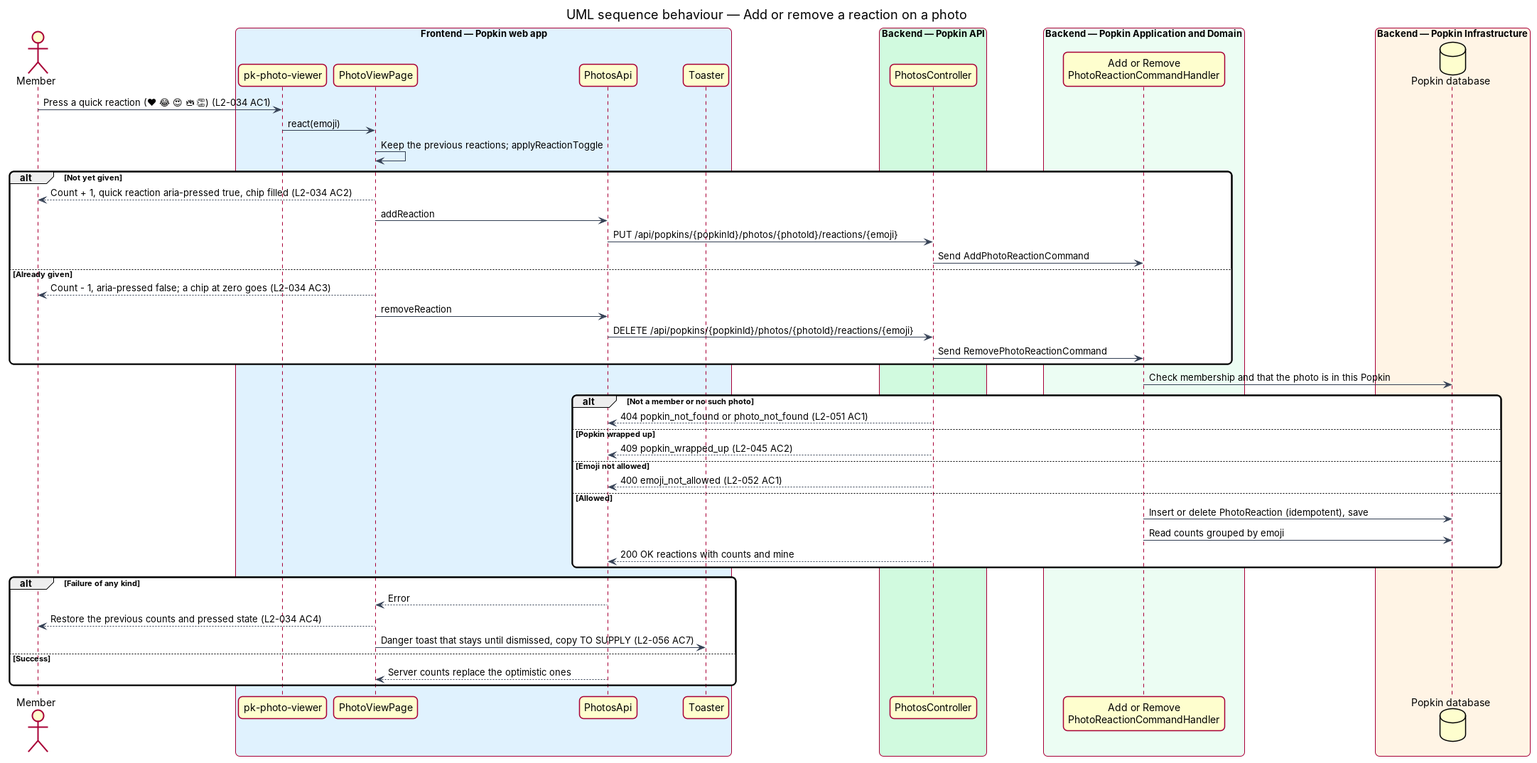
The PlantUML diagram docs/detailed-designs/photos/react-to-photo/diagrams/sequence-toggle-reaction.png in QuinntyneBrown/popkin, before a commit. Its source is kept beside it as docs/detailed-designs/photos/react-to-photo/diagrams/sequence-toggle-reaction.puml.
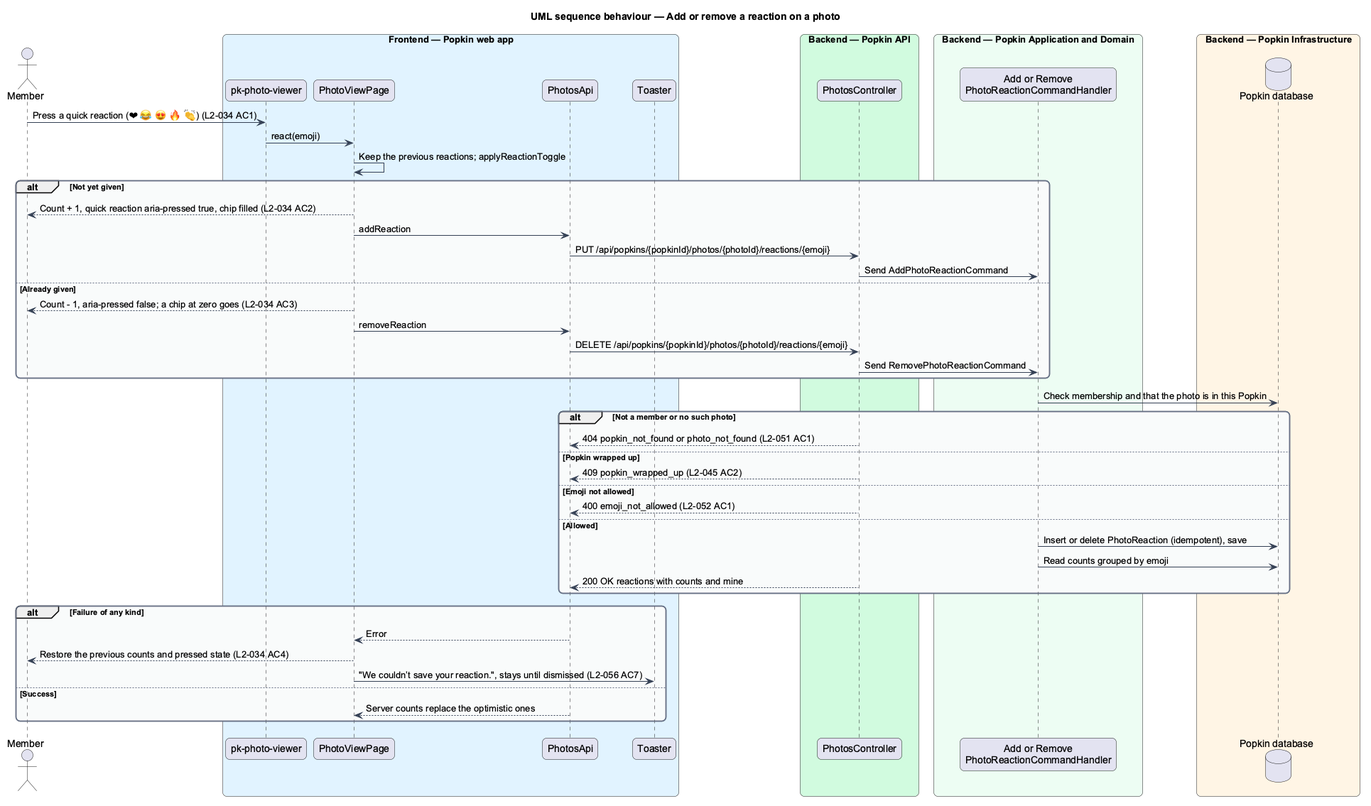
After the change.

The edit, as a diff of the source:
```diff
@@ -60,7 +60,7 @@
 alt Failure of any kind
   client --> page : Error
   page --> actor : Restore the previous counts and pressed state (L2-034 AC4)
-  page -> toaster : Danger toast that stays until dismissed, copy TO SUPPLY (L2-056 AC7)
+  page -> toaster : "We couldn’t save your reaction.", stays until dismissed (L2-056 AC7)
 else Success
   client --> page : Server counts replace the optimistic ones
 end
```
